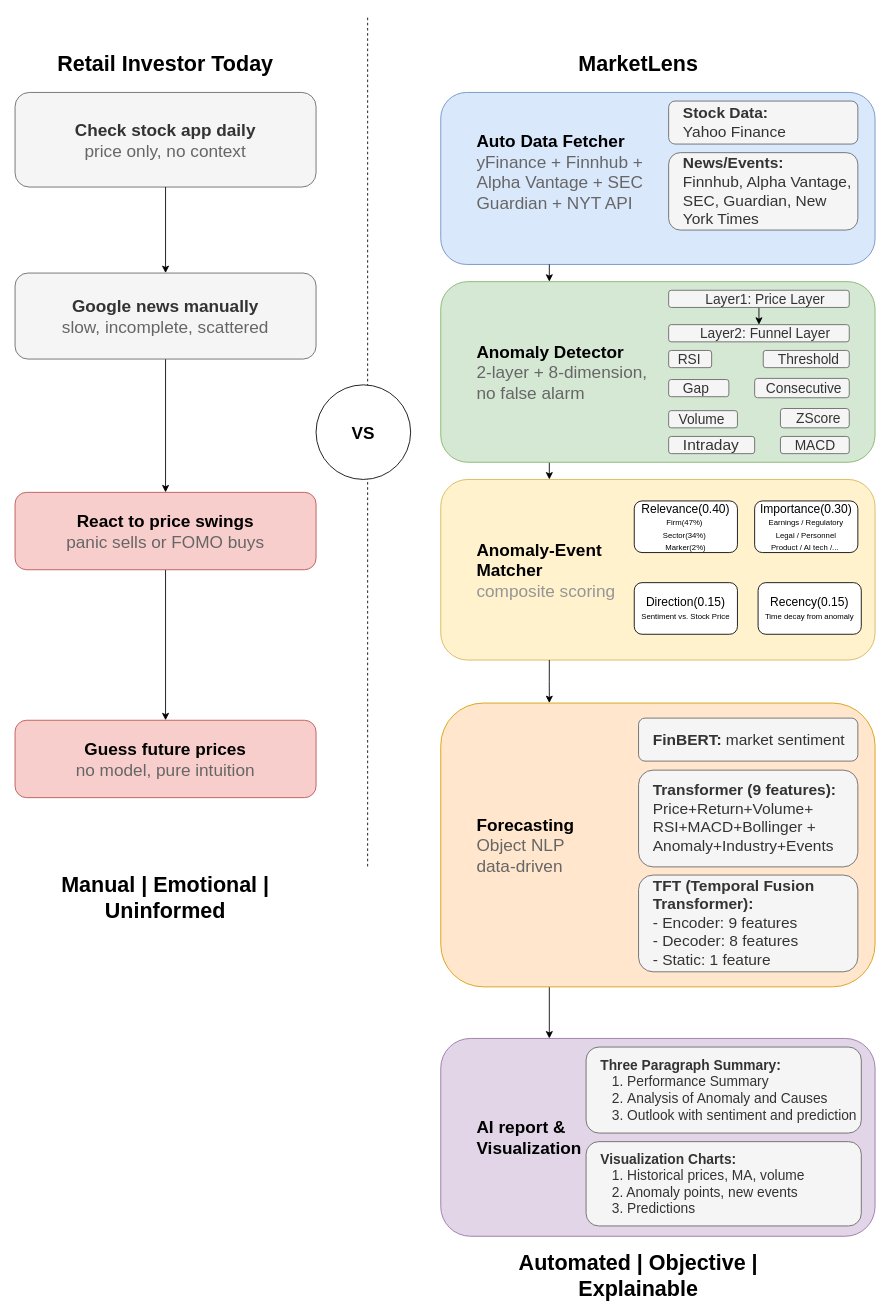
This is Comparable Chart MarketLens-Showcase.drawio from Niuniu-Li-229/MarketLens-Showcase, a draw.io file, before an edit. Source tidied: cells renumbered, new cells numbered last; positions are measured from the earlier drawing's top-left corner, leaving out a move shared by most shapes. Both pictures are drawn from the tidied source at 86%, with x=0, y=0 at pixel (15, 15).
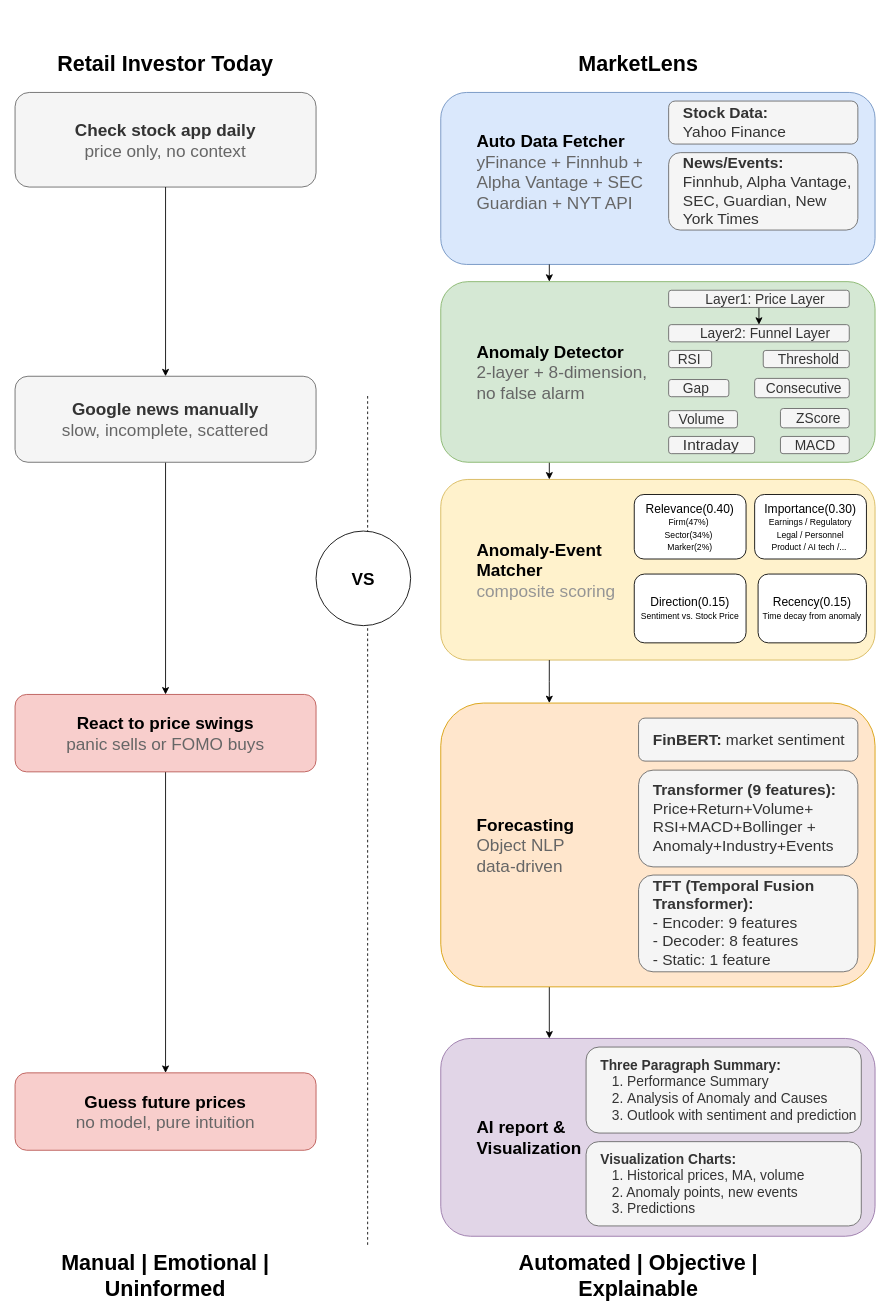
After the change.

Change to the diagram source:
```diff
@@
     <mxCell id="23" value="&lt;b&gt;&lt;font&gt;Google news manually&lt;br&gt;&lt;/font&gt;&lt;/b&gt;&lt;font style=&quot;color: rgb(102, 102, 102);&quot;&gt;slow, incomplete, scattered&lt;/font&gt;" style="rounded=1;whiteSpace=wrap;html=1;fillColor=#f5f5f5;strokeColor=#666666;align=center;fontColor=#333333;fontSize=20;" parent="1" vertex="1">
-      <mxGeometry y="300" width="350" height="100" as="geometry" />
+      <mxGeometry y="420" width="350" height="100" as="geometry" />
     </mxCell>
@@
     <mxCell id="25" value="&lt;b&gt;&lt;font&gt;React to price swings&lt;br&gt;&lt;/font&gt;&lt;/b&gt;&lt;font style=&quot;color: rgb(102, 102, 102);&quot;&gt;panic sells or FOMO buys&lt;/font&gt;" style="rounded=1;whiteSpace=wrap;html=1;fillColor=#f8cecc;strokeColor=#b85450;align=center;fontSize=20;" parent="1" vertex="1">
-      <mxGeometry y="555" width="350" height="90" as="geometry" />
+      <mxGeometry y="790" width="350" height="90" as="geometry" />
     </mxCell>
     <mxCell id="26" value="&lt;span&gt;&lt;b&gt;Guess future prices&lt;/b&gt;&lt;/span&gt;&lt;div&gt;&lt;font style=&quot;color: rgb(102, 102, 102);&quot;&gt;no model, pure intuition&lt;/font&gt;&lt;/div&gt;" style="rounded=1;whiteSpace=wrap;html=1;fillColor=#f8cecc;strokeColor=#b85450;align=center;fontSize=20;" parent="1" vertex="1">
-      <mxGeometry y="820" width="350" height="90" as="geometry" />
+      <mxGeometry y="1230" width="350" height="90" as="geometry" />
     </mxCell>
@@
     <mxCell id="29" style="endArrow=none;dashed=1;html=1;rounded=0;" parent="1" edge="1">
       <mxGeometry relative="1" as="geometry">
-        <mxPoint x="410" y="990" as="sourcePoint" />
-        <mxPoint x="410" as="targetPoint" />
+        <mxPoint x="410" y="1430" as="sourcePoint" />
+        <mxPoint x="410" y="440" as="targetPoint" />
       </mxGeometry>
     </mxCell>
     <mxCell id="30" value="&lt;font style=&quot;font-size: 20px;&quot;&gt;&lt;b style=&quot;&quot;&gt;VS&lt;/b&gt;&lt;/font&gt;" style="ellipse;whiteSpace=wrap;html=1;" parent="1" vertex="1">
-      <mxGeometry x="350" y="430" width="110" height="110" as="geometry" />
+      <mxGeometry x="350" y="600" width="110" height="110" as="geometry" />
     </mxCell>
     <mxCell id="31" value="Manual | Emotional | Uninformed" style="text;html=1;whiteSpace=wrap;strokeColor=none;fillColor=none;align=center;verticalAlign=middle;rounded=0;fontSize=25;fontStyle=1;" parent="1" vertex="1">
-      <mxGeometry y="1010" width="350" height="30" as="geometry" />
+      <mxGeometry y="1450" width="350" height="30" as="geometry" />
     </mxCell>
@@
-    <mxCell id="42" value="&lt;font style=&quot;font-size: 14px;&quot;&gt;Relevance(0.40)&lt;/font&gt;&lt;div&gt;&lt;font style=&quot;font-size: 9px;&quot;&gt;Firm(47%)&amp;nbsp;&lt;/font&gt;&lt;/div&gt;&lt;div&gt;&lt;font style=&quot;font-size: 9px;&quot;&gt;Sector(34%)&amp;nbsp;&lt;/font&gt;&lt;/div&gt;&lt;div&gt;&lt;font style=&quot;font-size: 9px;&quot;&gt;Marker(2%)&lt;/font&gt;&lt;/div&gt;" style="rounded=1;whiteSpace=wrap;html=1;" parent="1" vertex="1">
-      <mxGeometry x="720" y="565" width="120" height="60" as="geometry" />
+    <mxCell id="42" value="&lt;font style=&quot;font-size: 14px;&quot;&gt;Relevance(0.40)&lt;/font&gt;&lt;div&gt;&lt;font style=&quot;font-size: 10px;&quot;&gt;Firm(47%)&amp;nbsp;&lt;/font&gt;&lt;/div&gt;&lt;div&gt;&lt;font style=&quot;font-size: 10px;&quot;&gt;Sector(34%)&amp;nbsp;&lt;/font&gt;&lt;/div&gt;&lt;div&gt;&lt;font style=&quot;font-size: 10px;&quot;&gt;Marker(2%)&lt;/font&gt;&lt;/div&gt;" style="rounded=1;whiteSpace=wrap;html=1;" parent="1" vertex="1">
+      <mxGeometry x="720" y="557.5" width="130" height="75" as="geometry" />
     </mxCell>
-    <mxCell id="43" value="&lt;font style=&quot;font-size: 14px;&quot;&gt;Importance(0.30)&lt;/font&gt;&lt;div&gt;&lt;font style=&quot;font-size: 9px;&quot;&gt;Earnings&amp;nbsp;&lt;/font&gt;&lt;span style=&quot;background-color: transparent;&quot;&gt;&lt;font style=&quot;font-size: 9px;&quot;&gt;/ R&lt;/font&gt;&lt;/span&gt;&lt;span style=&quot;background-color: transparent;&quot;&gt;&lt;font style=&quot;font-size: 9px;&quot;&gt;egulatory&lt;/font&gt;&lt;/span&gt;&lt;/div&gt;&lt;div&gt;&lt;font style=&quot;font-size: 9px;&quot;&gt;&lt;span style=&quot;background-color: transparent; color: light-dark(rgb(0, 0, 0), rgb(255, 255, 255));&quot;&gt;Legal / P&lt;/span&gt;&lt;span style=&quot;background-color: transparent;&quot;&gt;ersonnel&lt;/span&gt;&lt;/font&gt;&lt;/div&gt;&lt;div&gt;&lt;font style=&quot;font-size: 9px;&quot;&gt;&lt;span style=&quot;background-color: transparent;&quot;&gt;Product / AI tech /...&lt;/span&gt;&lt;span style=&quot;background-color: transparent; color: light-dark(rgb(0, 0, 0), rgb(255, 255, 255));&quot;&gt;&amp;nbsp;&lt;/span&gt;&lt;/font&gt;&lt;/div&gt;" style="rounded=1;whiteSpace=wrap;html=1;" parent="1" vertex="1">
-      <mxGeometry x="860" y="565" width="120" height="60" as="geometry" />
+    <mxCell id="43" value="&lt;font style=&quot;font-size: 14px;&quot;&gt;Importance(0.30)&lt;/font&gt;&lt;div&gt;&lt;font style=&quot;font-size: 10px;&quot;&gt;&lt;font style=&quot;&quot;&gt;Earnings&amp;nbsp;&lt;/font&gt;&lt;span style=&quot;background-color: transparent;&quot;&gt;&lt;font style=&quot;&quot;&gt;/ R&lt;/font&gt;&lt;/span&gt;&lt;span style=&quot;background-color: transparent;&quot;&gt;&lt;font style=&quot;&quot;&gt;egulatory&lt;/font&gt;&lt;/span&gt;&lt;/font&gt;&lt;/div&gt;&lt;div&gt;&lt;font style=&quot;font-size: 10px;&quot;&gt;&lt;span style=&quot;background-color: transparent; color: light-dark(rgb(0, 0, 0), rgb(255, 255, 255));&quot;&gt;Legal / P&lt;/span&gt;&lt;span style=&quot;background-color: transparent;&quot;&gt;ersonnel&lt;/span&gt;&lt;/font&gt;&lt;/div&gt;&lt;div&gt;&lt;font style=&quot;font-size: 10px;&quot;&gt;&lt;span style=&quot;background-color: transparent;&quot;&gt;Product / AI tech /...&lt;/span&gt;&lt;span style=&quot;background-color: transparent; color: light-dark(rgb(0, 0, 0), rgb(255, 255, 255));&quot;&gt;&amp;nbsp;&lt;/span&gt;&lt;/font&gt;&lt;/div&gt;" style="rounded=1;whiteSpace=wrap;html=1;" parent="1" vertex="1">
+      <mxGeometry x="860" y="557.5" width="130" height="75" as="geometry" />
     </mxCell>
-    <mxCell id="44" value="&lt;font style=&quot;font-size: 14px;&quot;&gt;Direction(0.15)&lt;/font&gt;&lt;div&gt;&lt;font style=&quot;font-size: 9px;&quot;&gt;Sentiment vs. Stock Price&lt;/font&gt;&lt;/div&gt;" style="rounded=1;whiteSpace=wrap;html=1;" parent="1" vertex="1">
-      <mxGeometry x="720" y="660" width="120" height="60" as="geometry" />
+    <mxCell id="44" value="&lt;font style=&quot;font-size: 14px;&quot;&gt;Direction(0.15)&lt;/font&gt;&lt;div&gt;&lt;font style=&quot;font-size: 10px;&quot;&gt;Sentiment vs. Stock Price&lt;/font&gt;&lt;/div&gt;" style="rounded=1;whiteSpace=wrap;html=1;" parent="1" vertex="1">
+      <mxGeometry x="720" y="650" width="130" height="80" as="geometry" />
     </mxCell>
-    <mxCell id="45" value="&lt;font style=&quot;font-size: 14px;&quot;&gt;Recency(0.15)&lt;/font&gt;&lt;div&gt;&lt;font style=&quot;font-size: 9px;&quot;&gt;Time decay from anomaly&lt;/font&gt;&lt;/div&gt;" style="rounded=1;whiteSpace=wrap;html=1;" parent="1" vertex="1">
-      <mxGeometry x="864" y="660" width="120" height="60" as="geometry" />
+    <mxCell id="45" value="&lt;font style=&quot;font-size: 14px;&quot;&gt;Recency(0.15)&lt;/font&gt;&lt;div&gt;&lt;font style=&quot;font-size: 10px;&quot;&gt;Time decay from anomaly&lt;/font&gt;&lt;/div&gt;" style="rounded=1;whiteSpace=wrap;html=1;" parent="1" vertex="1">
+      <mxGeometry x="864" y="650" width="126" height="80" as="geometry" />
     </mxCell>
```
